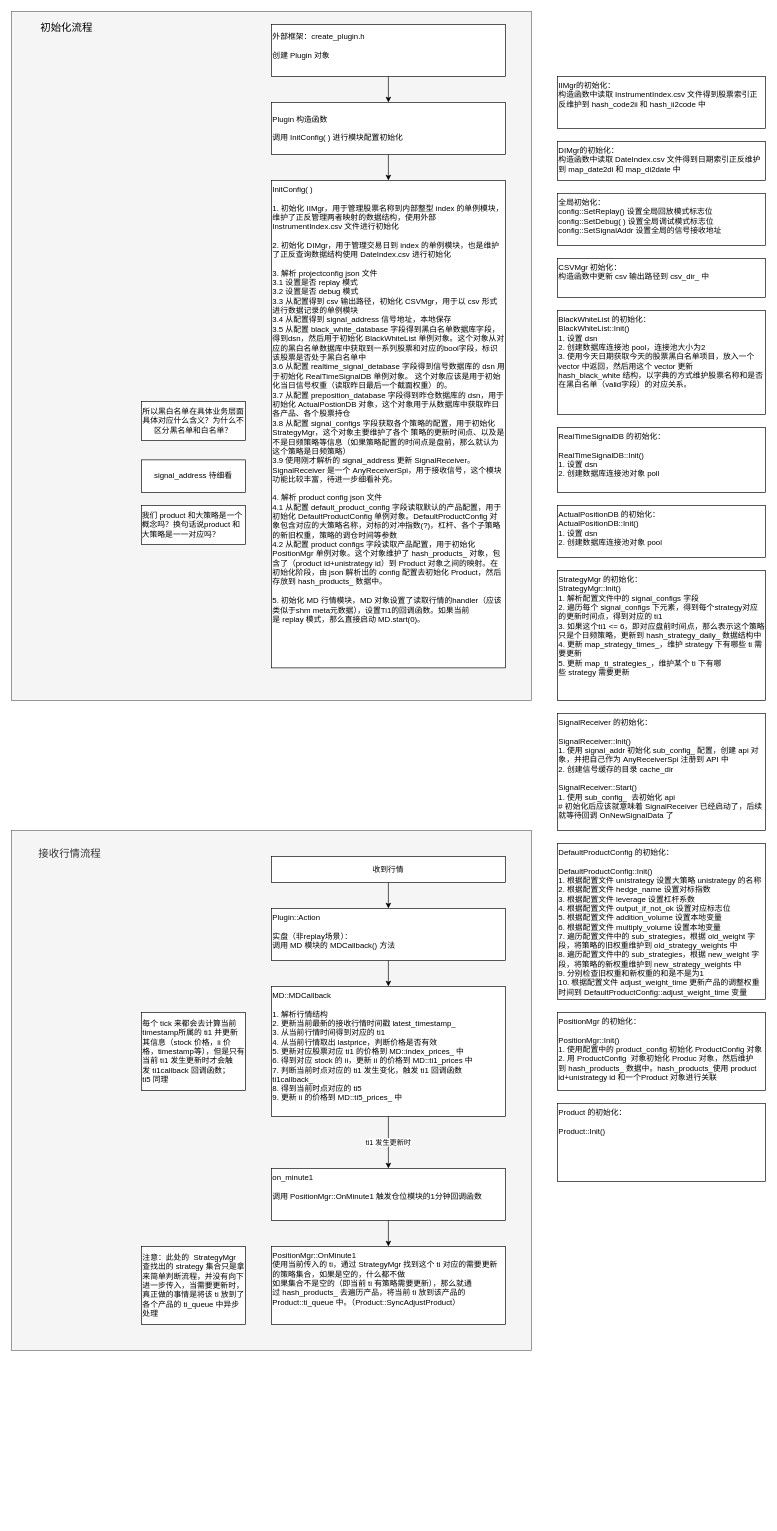
Above: page "流程" (2 of 2) of mario.drawio in zhaxd123/drawio (draw.io), before the change. Source tidied: cells renumbered, new cells numbered last; positions are measured from the earlier drawing's top-left corner, leaving out a move shared by most shapes. Both pictures are drawn from the tidied source at 65%, with x=0, y=0 at pixel (11, 11).
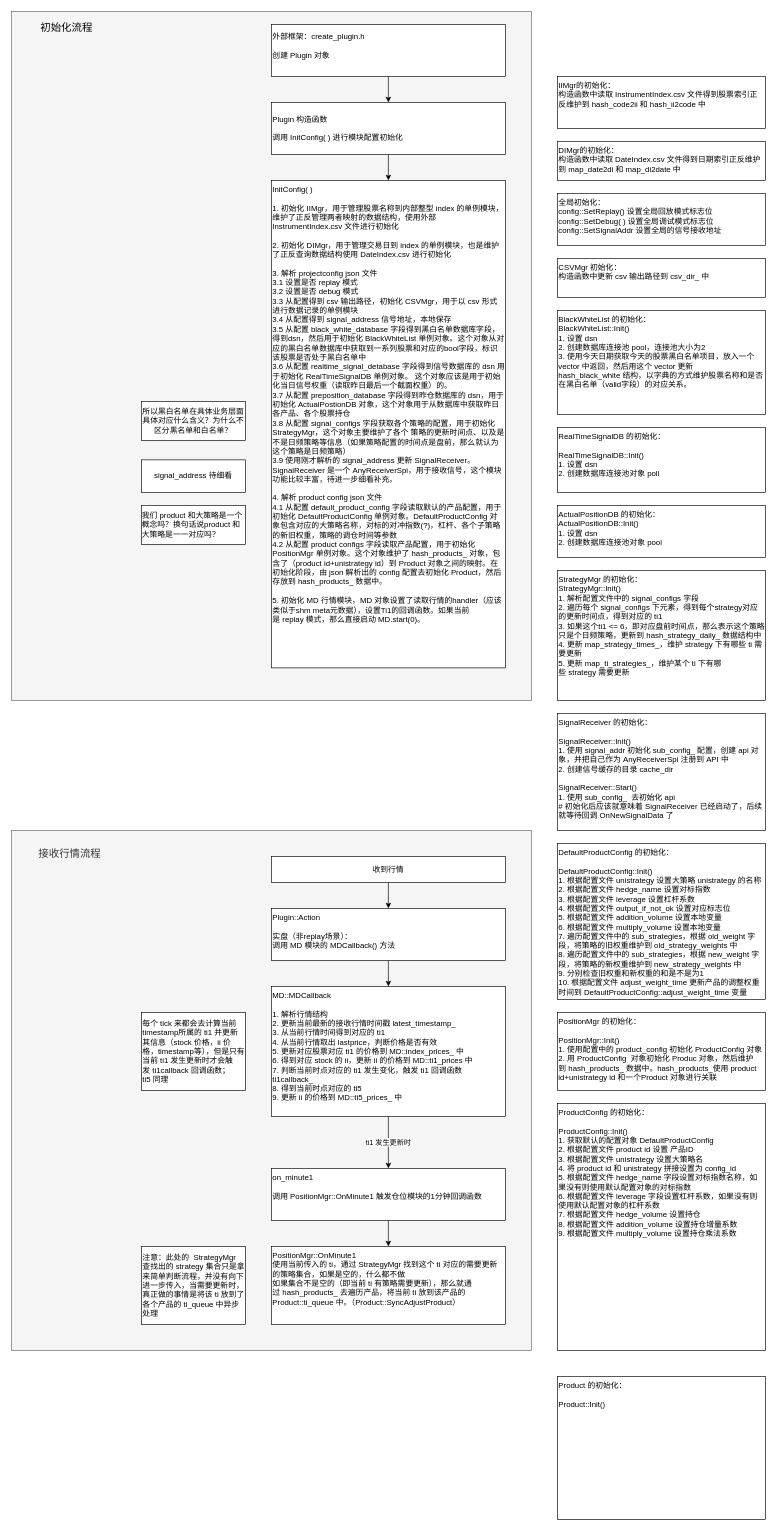
After the change.

Diff of the diagram source:
```diff
@@
     <mxCell id="36" value="&lt;div&gt;Product 的初始化：&lt;/div&gt;&lt;div&gt;&lt;br&gt;&lt;/div&gt;&lt;div&gt;&lt;span style=&quot;background-color: transparent; color: light-dark(rgb(0, 0, 0), rgb(255, 255, 255));&quot;&gt;Product&lt;/span&gt;::Init()&lt;/div&gt;&lt;div&gt;&lt;br&gt;&lt;/div&gt;&lt;div&gt;&lt;span style=&quot;background-color: transparent; color: light-dark(rgb(0, 0, 0), rgb(255, 255, 255));&quot;&gt;&lt;br&gt;&lt;/span&gt;&lt;/div&gt;&lt;div&gt;&lt;span style=&quot;background-color: transparent; color: light-dark(rgb(0, 0, 0), rgb(255, 255, 255));&quot;&gt;&lt;br&gt;&lt;/span&gt;&lt;/div&gt;" style="rounded=0;whiteSpace=wrap;html=1;align=left;verticalAlign=top;" parent="1" vertex="1">
-      <mxGeometry x="840" y="1680" width="320" height="120" as="geometry" />
+      <mxGeometry x="840" y="2100" width="320" height="220" as="geometry" />
     </mxCell>
+    <mxCell id="37" value="&lt;div&gt;ProductConfig 的初始化：&lt;/div&gt;&lt;div&gt;&lt;br&gt;&lt;/div&gt;&lt;div&gt;&lt;span style=&quot;background-color: transparent; color: light-dark(rgb(0, 0, 0), rgb(255, 255, 255));&quot;&gt;ProductConfig&lt;/span&gt;::Init()&lt;/div&gt;&lt;div&gt;1. 获取默认的配置对象&amp;nbsp;&lt;span style=&quot;background-color: transparent; color: light-dark(rgb(0, 0, 0), rgb(255, 255, 255));&quot;&gt;DefaultProductConfig&lt;/span&gt;&lt;/div&gt;&lt;div&gt;&lt;span style=&quot;background-color: transparent; color: light-dark(rgb(0, 0, 0), rgb(255, 255, 255));&quot;&gt;2. 根据配置文件&amp;nbsp;&lt;/span&gt;&lt;span style=&quot;background-color: transparent; color: light-dark(rgb(0, 0, 0), rgb(255, 255, 255));&quot;&gt;product id&amp;nbsp;&lt;/span&gt;&lt;span style=&quot;background-color: transparent; color: light-dark(rgb(0, 0, 0), rgb(255, 255, 255));&quot;&gt;设置 产品ID&lt;/span&gt;&lt;/div&gt;&lt;div&gt;&lt;span style=&quot;background-color: transparent; color: light-dark(rgb(0, 0, 0), rgb(255, 255, 255));&quot;&gt;3.&amp;nbsp;&lt;/span&gt;&lt;span style=&quot;background-color: transparent; color: light-dark(rgb(0, 0, 0), rgb(255, 255, 255));&quot;&gt;根据配置文件 unistrategy 设置大策略名&lt;/span&gt;&lt;/div&gt;&lt;div&gt;&lt;span style=&quot;background-color: transparent; color: light-dark(rgb(0, 0, 0), rgb(255, 255, 255));&quot;&gt;4. 将&amp;nbsp;&lt;/span&gt;&lt;span style=&quot;background-color: transparent; color: light-dark(rgb(0, 0, 0), rgb(255, 255, 255));&quot;&gt;product id 和&amp;nbsp;&lt;/span&gt;&lt;span style=&quot;background-color: transparent; color: light-dark(rgb(0, 0, 0), rgb(255, 255, 255));&quot;&gt;unistrategy&lt;/span&gt;&lt;span style=&quot;background-color: transparent; color: light-dark(rgb(0, 0, 0), rgb(255, 255, 255));&quot;&gt;&amp;nbsp;拼接设置为 config_id&lt;/span&gt;&lt;/div&gt;&lt;div&gt;&lt;span style=&quot;background-color: transparent; color: light-dark(rgb(0, 0, 0), rgb(255, 255, 255));&quot;&gt;5. 根据配置文件 hedge_name 字段设置对标指数名称，如果没有则使用默认&lt;/span&gt;&lt;span style=&quot;background-color: transparent; color: light-dark(rgb(0, 0, 0), rgb(255, 255, 255));&quot;&gt;配置对象的&lt;/span&gt;&lt;span style=&quot;background-color: transparent; color: light-dark(rgb(0, 0, 0), rgb(255, 255, 255));&quot;&gt;对标指数&lt;/span&gt;&lt;/div&gt;&lt;div&gt;&lt;span style=&quot;color: light-dark(rgb(0, 0, 0), rgb(255, 255, 255)); background-color: transparent;&quot;&gt;6. 根据配置文件 leverage 字段设置杠杆系数，如果没有则使用默认&lt;/span&gt;&lt;span style=&quot;color: light-dark(rgb(0, 0, 0), rgb(255, 255, 255)); background-color: transparent;&quot;&gt;配置对象的&lt;/span&gt;&lt;span style=&quot;color: light-dark(rgb(0, 0, 0), rgb(255, 255, 255)); background-color: transparent;&quot;&gt;杠杆系数&lt;/span&gt;&lt;/div&gt;&lt;div&gt;&lt;span style=&quot;color: light-dark(rgb(0, 0, 0), rgb(255, 255, 255)); background-color: transparent;&quot;&gt;7. 根据配置文件&amp;nbsp;&lt;/span&gt;&lt;span style=&quot;color: light-dark(rgb(0, 0, 0), rgb(255, 255, 255)); background-color: transparent;&quot;&gt;hedge_volume&amp;nbsp;&lt;/span&gt;&lt;span style=&quot;color: light-dark(rgb(0, 0, 0), rgb(255, 255, 255)); background-color: transparent;&quot;&gt;设置持仓&lt;/span&gt;&lt;/div&gt;&lt;div&gt;&lt;span style=&quot;color: light-dark(rgb(0, 0, 0), rgb(255, 255, 255)); background-color: transparent;&quot;&gt;8. 根据配置文件&amp;nbsp;&lt;/span&gt;&lt;span style=&quot;color: light-dark(rgb(0, 0, 0), rgb(255, 255, 255)); background-color: transparent;&quot;&gt;addition_volume&amp;nbsp;&lt;/span&gt;&lt;span style=&quot;color: light-dark(rgb(0, 0, 0), rgb(255, 255, 255)); background-color: transparent;&quot;&gt;设置持仓增量系数&lt;/span&gt;&lt;/div&gt;&lt;div&gt;&lt;span style=&quot;color: light-dark(rgb(0, 0, 0), rgb(255, 255, 255)); background-color: transparent;&quot;&gt;9. 根据配置文件&amp;nbsp;&lt;/span&gt;&lt;span style=&quot;color: light-dark(rgb(0, 0, 0), rgb(255, 255, 255)); background-color: transparent;&quot;&gt;multiply_volume&amp;nbsp;&lt;/span&gt;&lt;span style=&quot;color: light-dark(rgb(0, 0, 0), rgb(255, 255, 255)); background-color: transparent;&quot;&gt;设置持仓乘法系数&lt;/span&gt;&lt;span style=&quot;background-color: transparent; color: light-dark(rgb(0, 0, 0), rgb(255, 255, 255));&quot;&gt;&lt;/span&gt;&lt;/div&gt;" style="rounded=0;whiteSpace=wrap;html=1;align=left;verticalAlign=top;" parent="1" vertex="1">
+      <mxGeometry x="840" y="1680" width="320" height="380" as="geometry" />
+    </mxCell>
```
